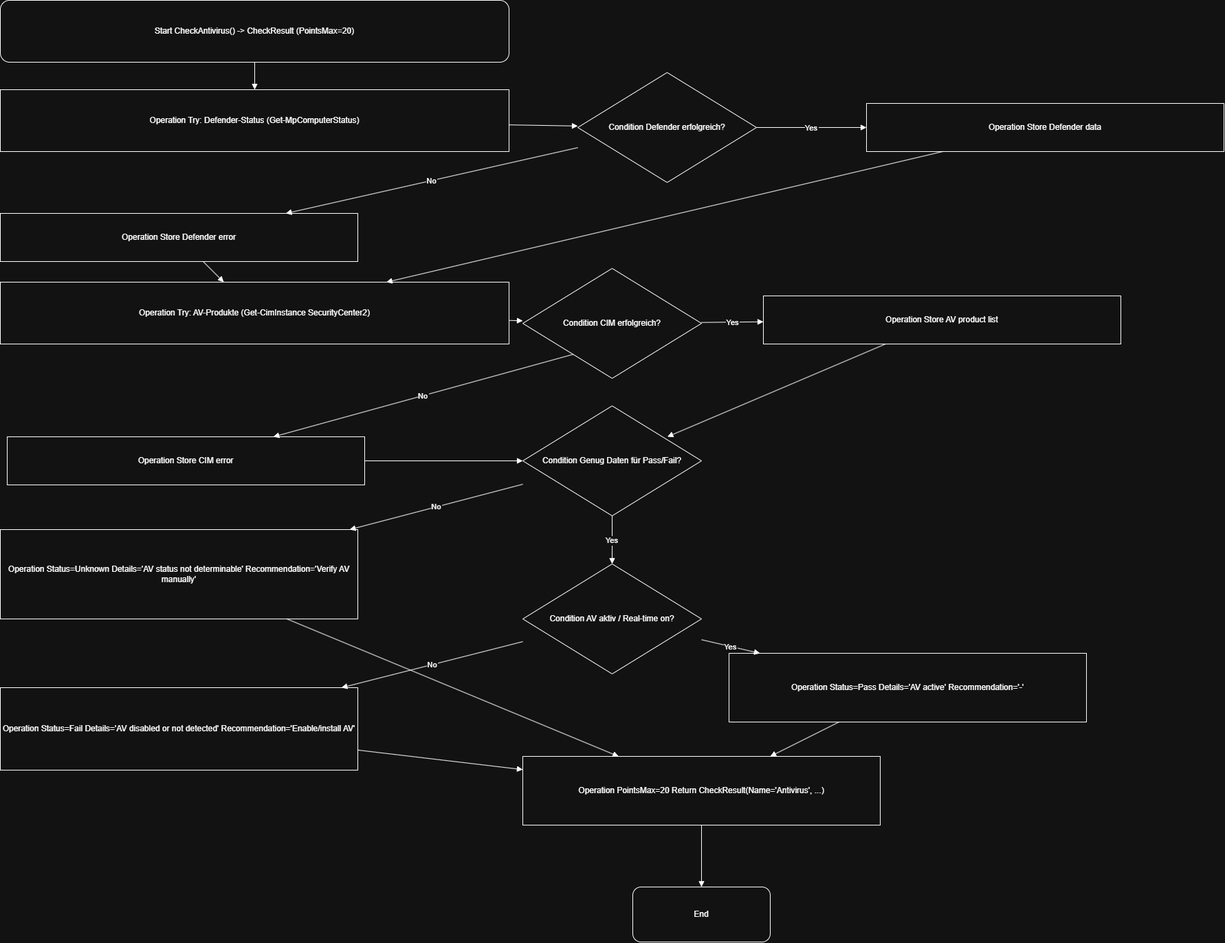
The draw.io diagram docs/flowchart/WinSecureCheck_FUNCTIONS-CheckAntivirus().drawio.png in ZensykU2/ProjektM431_M122, before a commit. Source tidied: cells renumbered, new cells last; positions are measured from the earlier drawing's top-left corner, leaving out a move shared by most shapes.
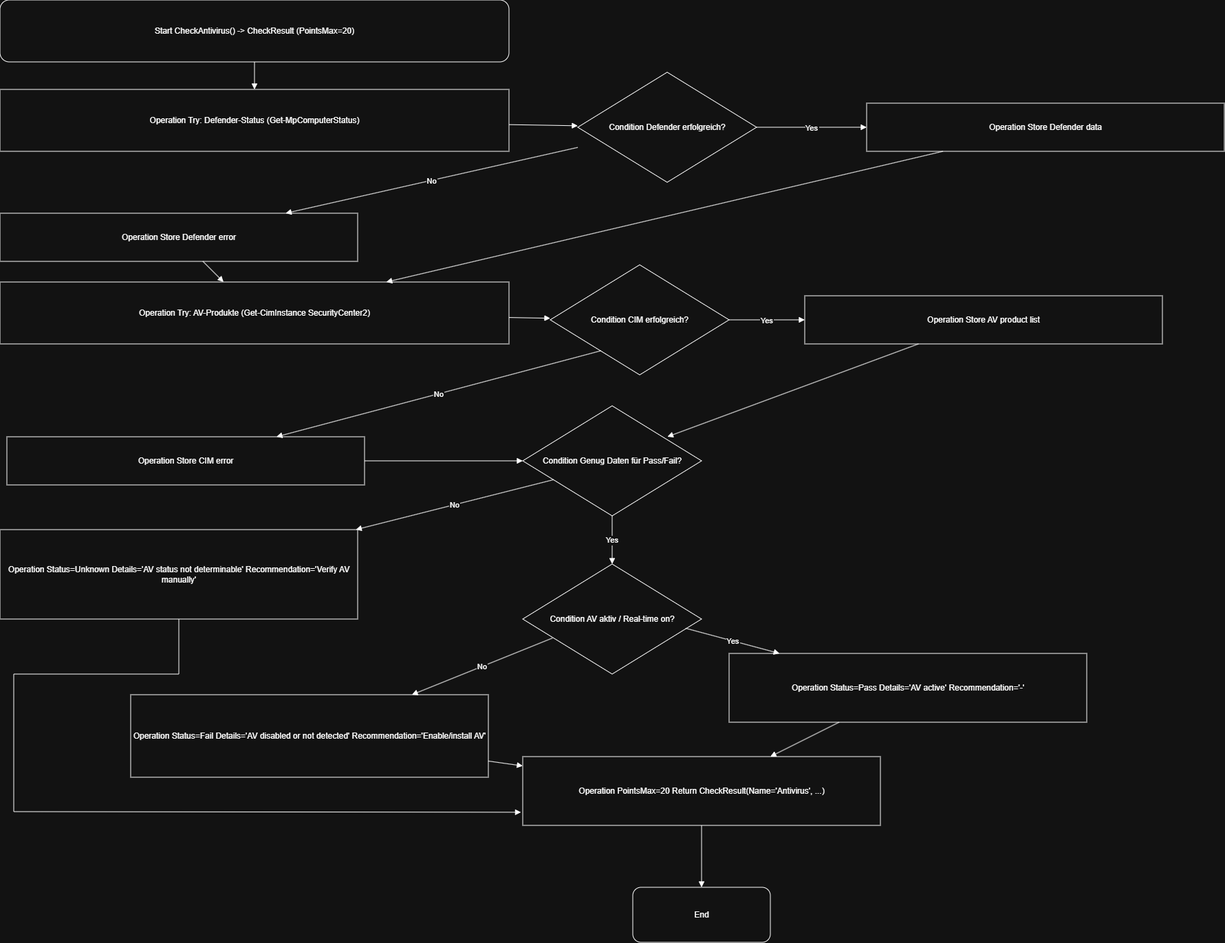
The same diagram one commit later.

Change to the diagram source:
```diff
@@ -21,10 +21,10 @@
       <mxGeometry y="410" width="740" height="90" as="geometry" />
     </mxCell>
     <mxCell id="8" value="Condition CIM erfolgreich?" style="shape=rhombus;whiteSpace=wrap;html=0;align=center;verticalAlign=middle;" parent="1" vertex="1">
-      <mxGeometry x="760" y="390" width="260" height="160" as="geometry" />
+      <mxGeometry x="800" y="385" width="260" height="160" as="geometry" />
     </mxCell>
     <mxCell id="9" value="Operation Store AV product list" style="shape=rectangle;whiteSpace=wrap;html=0;align=center;verticalAlign=middle;" parent="1" vertex="1">
-      <mxGeometry x="1110" y="430" width="520" height="70" as="geometry" />
+      <mxGeometry x="1170" y="430" width="520" height="70" as="geometry" />
     </mxCell>
     <mxCell id="10" value="Operation Store CIM error" style="shape=rectangle;whiteSpace=wrap;html=0;align=center;verticalAlign=middle;" parent="1" vertex="1">
       <mxGeometry x="10" y="635" width="520" height="70" as="geometry" />
@@ -42,7 +42,7 @@
       <mxGeometry x="1060" y="950" width="520" height="100" as="geometry" />
     </mxCell>
     <mxCell id="15" value="Operation Status=Fail Details='AV disabled or not detected' Recommendation='Enable/install AV'" style="shape=rectangle;whiteSpace=wrap;html=0;align=center;verticalAlign=middle;" parent="1" vertex="1">
-      <mxGeometry y="1000" width="520" height="120" as="geometry" />
+      <mxGeometry x="190" y="1010" width="520" height="120" as="geometry" />
     </mxCell>
     <mxCell id="16" value="Operation PointsMax=20 Return CheckResult(Name='Antivirus', ...)" style="shape=rectangle;whiteSpace=wrap;html=0;align=center;verticalAlign=middle;" parent="1" vertex="1">
       <mxGeometry x="760" y="1100" width="520" height="100" as="geometry" />
@@ -83,20 +83,26 @@
     <mxCell id="28" style="endArrow=block;html=0;rounded=0;" parent="1" edge="1" source="10" target="11">
       <mxGeometry relative="1" as="geometry" />
     </mxCell>
-    <mxCell id="29" value="No" style="endArrow=block;html=0;rounded=0;" parent="1" edge="1" source="11" target="12">
+    <mxCell id="29" value="No" style="endArrow=block;html=0;rounded=0;exitX=0.173;exitY=0.671;exitDx=0;exitDy=0;exitPerimeter=0;" parent="1" edge="1" source="11" target="12">
       <mxGeometry relative="1" as="geometry" />
     </mxCell>
     <mxCell id="30" value="Yes" style="endArrow=block;html=0;rounded=0;" parent="1" edge="1" source="11" target="13">
       <mxGeometry relative="1" as="geometry" />
     </mxCell>
-    <mxCell id="31" value="Yes" style="endArrow=block;html=0;rounded=0;" parent="1" edge="1" source="13" target="14">
+    <mxCell id="31" value="Yes" style="endArrow=block;html=0;rounded=0;exitX=0.911;exitY=0.584;exitDx=0;exitDy=0;exitPerimeter=0;" parent="1" edge="1" source="13" target="14">
       <mxGeometry relative="1" as="geometry" />
     </mxCell>
-    <mxCell id="32" value="No" style="endArrow=block;html=0;rounded=0;" parent="1" edge="1" source="13" target="15">
+    <mxCell id="32" value="No" style="endArrow=block;html=0;rounded=0;exitX=0.166;exitY=0.673;exitDx=0;exitDy=0;exitPerimeter=0;" parent="1" edge="1" source="13" target="15">
       <mxGeometry relative="1" as="geometry" />
     </mxCell>
-    <mxCell id="33" style="endArrow=block;html=0;rounded=0;" parent="1" edge="1" source="12" target="16">
-      <mxGeometry relative="1" as="geometry" />
+    <mxCell id="33" style="endArrow=block;html=0;rounded=0;entryX=-0.005;entryY=0.809;entryDx=0;entryDy=0;entryPerimeter=0;" parent="1" edge="1" source="12" target="16">
+      <mxGeometry relative="1" as="geometry">
+        <Array as="points">
+          <mxPoint x="260" y="980" />
+          <mxPoint x="20" y="980" />
+          <mxPoint x="20" y="1180" />
+        </Array>
+      </mxGeometry>
     </mxCell>
     <mxCell id="34" style="endArrow=block;html=0;rounded=0;" parent="1" edge="1" source="14" target="16">
       <mxGeometry relative="1" as="geometry" />
```
